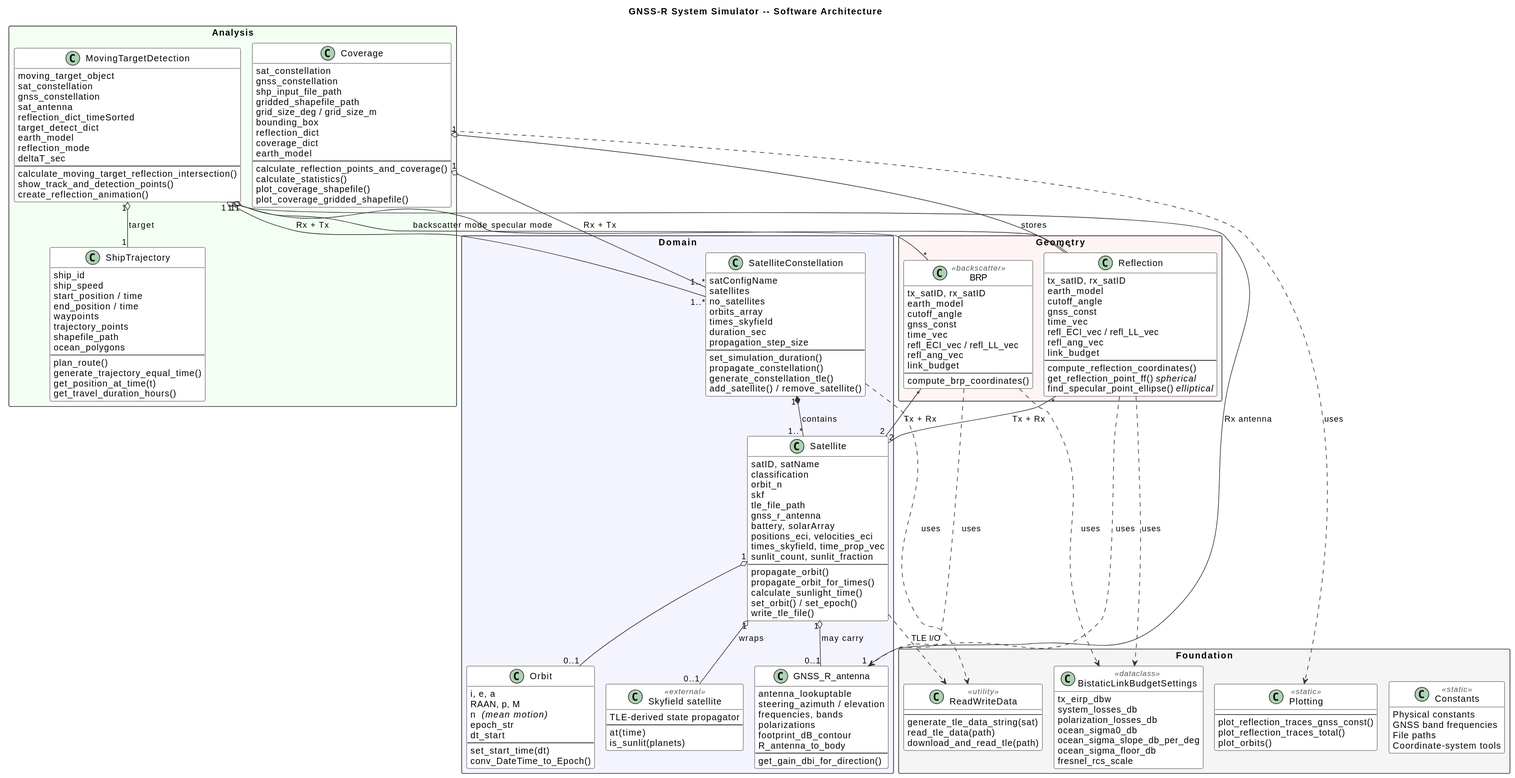
This is ARCHITECTURE/architecture.svg from NTNU-SmallSat-Lab/GNSS_R_System_Simulator, a PlantUML export, as it was before one commit. Source of this version:
```plantuml
@startuml
!pragma layout smetana
title GNSS-R System Simulator -- Software Architecture

skinparam shadowing false
skinparam ArrowColor #333333
skinparam packageStyle rectangle
skinparam class {
    BackgroundColor #ffffff
    BorderColor #000000
    FontStyle Italic
    AttributeFontStyle Plain
    AttributeIconSize 0
    StereotypeFontColor #555555
}
hide empty members

package "Analysis" <<Rectangle>> #F4FFF4 {
    class Coverage {
        sat_constellation
        gnss_constellation
        shp_input_file_path
        gridded_shapefile_path
        grid_size_deg / grid_size_m
        bounding_box
        reflection_dict
        coverage_dict
        earth_model
        --
        calculate_reflection_points_and_coverage()
        calculate_statistics()
        plot_coverage_shapefile()
        plot_coverage_gridded_shapefile()
    }

    class MovingTargetDetection {
        moving_target_object
        sat_constellation
        gnss_constellation
        sat_antenna
        reflection_dict_timeSorted
        target_detect_dict
        earth_model
        reflection_mode
        deltaT_sec
        --
        calculate_moving_target_reflection_intersection()
        show_track_and_detection_points()
        create_reflection_animation()
    }

    class ShipTrajectory {
        ship_id
        ship_speed
        start_position / time
        end_position / time
        waypoints
        trajectory_points
        shapefile_path
        ocean_polygons
        --
        plan_route()
        generate_trajectory_equal_time()
        get_position_at_time(t)
        get_travel_duration_hours()
    }
}

package "Geometry" <<Rectangle>> #FFF4F4 {
    class Reflection {
        tx_satID, rx_satID
        earth_model
        cutoff_angle
        gnss_const
        time_vec
        refl_ECI_vec / refl_LL_vec
        refl_ang_vec
        link_budget
        --
        compute_reflection_coordinates()
        get_reflection_point_ff() <i>spherical</i>
        find_specular_point_ellipse() <i>elliptical</i>
    }

    class BRP <<backscatter>> {
        tx_satID, rx_satID
        earth_model
        cutoff_angle
        gnss_const
        time_vec
        refl_ECI_vec / refl_LL_vec
        refl_ang_vec
        link_budget
        --
        compute_brp_coordinates()
    }
}

package "Domain" <<Rectangle>> #F4F4FF {
    class SatelliteConstellation {
        satConfigName
        satellites
        no_satellites
        orbits_array
        times_skyfield
        duration_sec
        propagation_step_size
        --
        set_simulation_duration()
        propagate_constellation()
        generate_constellation_tle()
        add_satellite() / remove_satellite()
    }

    class Satellite {
        satID, satName
        classification
        orbit_n
        skf
        tle_file_path
        gnss_r_antenna
        battery, solarArray
        positions_eci, velocities_eci
        times_skyfield, time_prop_vec
        sunlit_count, sunlit_fraction
        --
        propagate_orbit()
        propagate_orbit_for_times()
        calculate_sunlight_time()
        set_orbit() / set_epoch()
        write_tle_file()
    }

    class Orbit {
        i, e, a
        RAAN, p, M
        n  <i>(mean motion)</i>
        epoch_str
        dt_start
        --
        set_start_time(dt)
        conv_DateTime_to_Epoch()
    }

    class GNSS_R_antenna {
        antenna_lookuptable
        steering_azimuth / elevation
        frequencies, bands
        polarizations
        footprint_dB_contour
        R_antenna_to_body
        --
        get_gain_dbi_for_direction()
    }

    class "Skyfield satellite" as Skyfield <<external>> {
        TLE-derived state propagator
        --
        at(time)
        is_sunlit(planets)
    }
}

package "Foundation" <<Rectangle>> #F5F5F5 {
    class Constants <<static>> {
        Physical constants
        GNSS band frequencies
        File paths
        Coordinate-system tools
    }

    class BistaticLinkBudgetSettings <<dataclass>> {
        tx_eirp_dbw
        system_losses_db
        polarization_losses_db
        ocean_sigma0_db
        ocean_sigma_slope_db_per_deg
        ocean_sigma_floor_db
        fresnel_rcs_scale
    }

    class ReadWriteData <<utility>> {
        --
        generate_tle_data_string(sat)
        read_tle_data(path)
        download_and_read_tle(path)
    }

    class Plotting <<static>> {
        --
        plot_reflection_traces_gnss_const()
        plot_reflection_traces_total()
        plot_orbits()
    }
}

SatelliteConstellation "1" *-- "1..*" Satellite : contains

Satellite "1" o-- "0..1" Orbit
Satellite "1" o-- "0..1" Skyfield : wraps
Satellite "1" o-- "0..1" GNSS_R_antenna : may carry

Reflection "*" -- "2" Satellite : Tx + Rx
BRP        "*" -- "2" Satellite : Tx + Rx

Coverage "1" o-- "1..*" SatelliteConstellation : Rx + Tx
Coverage "1" o-- "*"    Reflection             : stores

MovingTargetDetection "1" o-- "1..*" SatelliteConstellation : Rx + Tx
MovingTargetDetection "1" o-- "1"    ShipTrajectory          : target
MovingTargetDetection "1" o-- "1"    GNSS_R_antenna          : Rx antenna
MovingTargetDetection "1" o-- "*"    Reflection              : specular mode
MovingTargetDetection "1" o-- "*"    BRP                     : backscatter mode

Reflection ..> GNSS_R_antenna : uses
BRP        ..> GNSS_R_antenna : uses
Reflection ..> BistaticLinkBudgetSettings : uses
BRP        ..> BistaticLinkBudgetSettings : uses

Satellite             ..> ReadWriteData : TLE I/O
SatelliteConstellation ..> ReadWriteData : uses
Coverage              ..> Plotting      : uses

@enduml
```
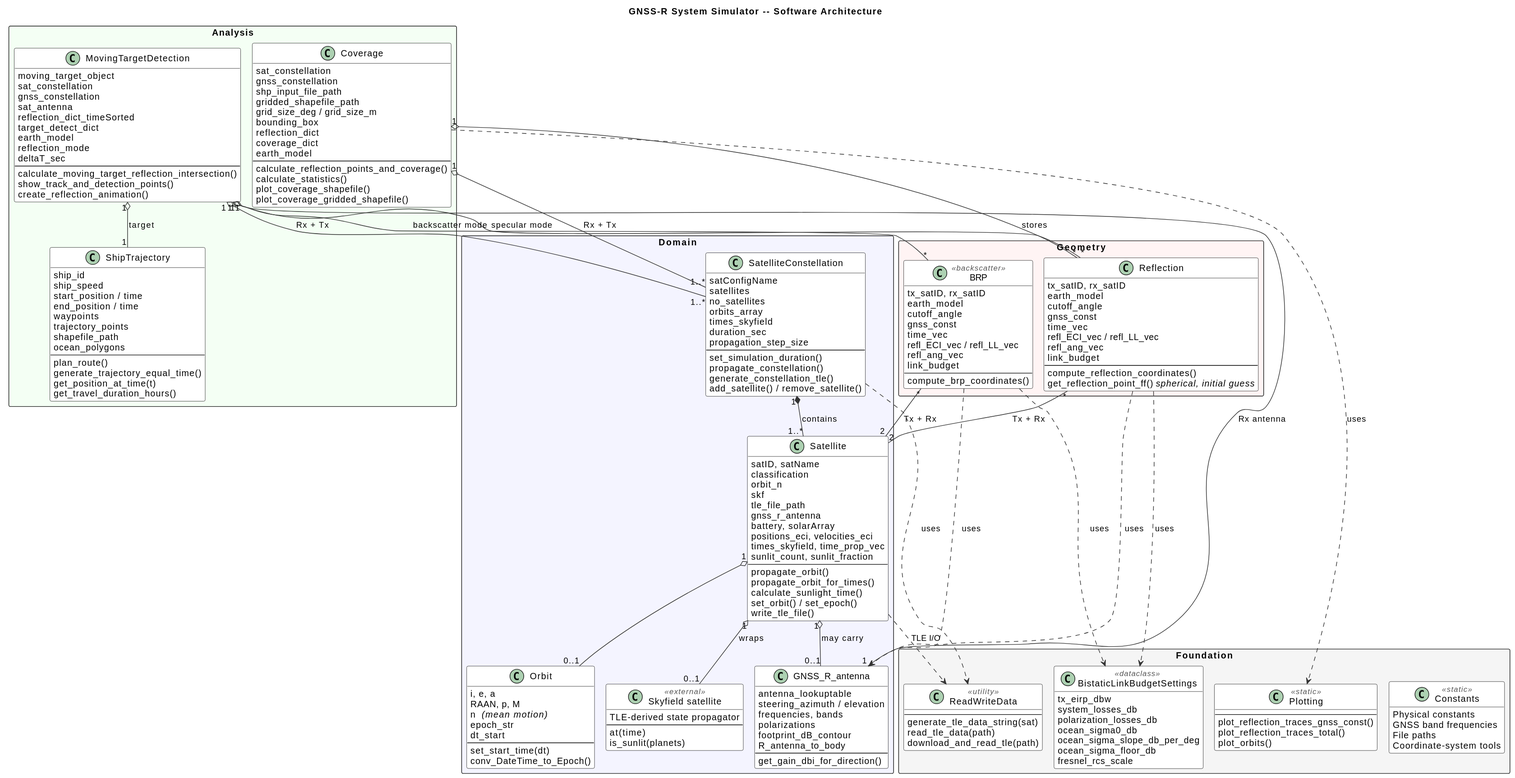
Above is the later version.

What changed in the source:
```diff
@@ -78,8 +78,7 @@
         link_budget
         --
         compute_reflection_coordinates()
-        get_reflection_point_ff() <i>spherical</i>
-        find_specular_point_ellipse() <i>elliptical</i>
+        get_reflection_point_ff() <i>spherical, initial guess</i>
     }
 
     class BRP <<backscatter>> {
```
